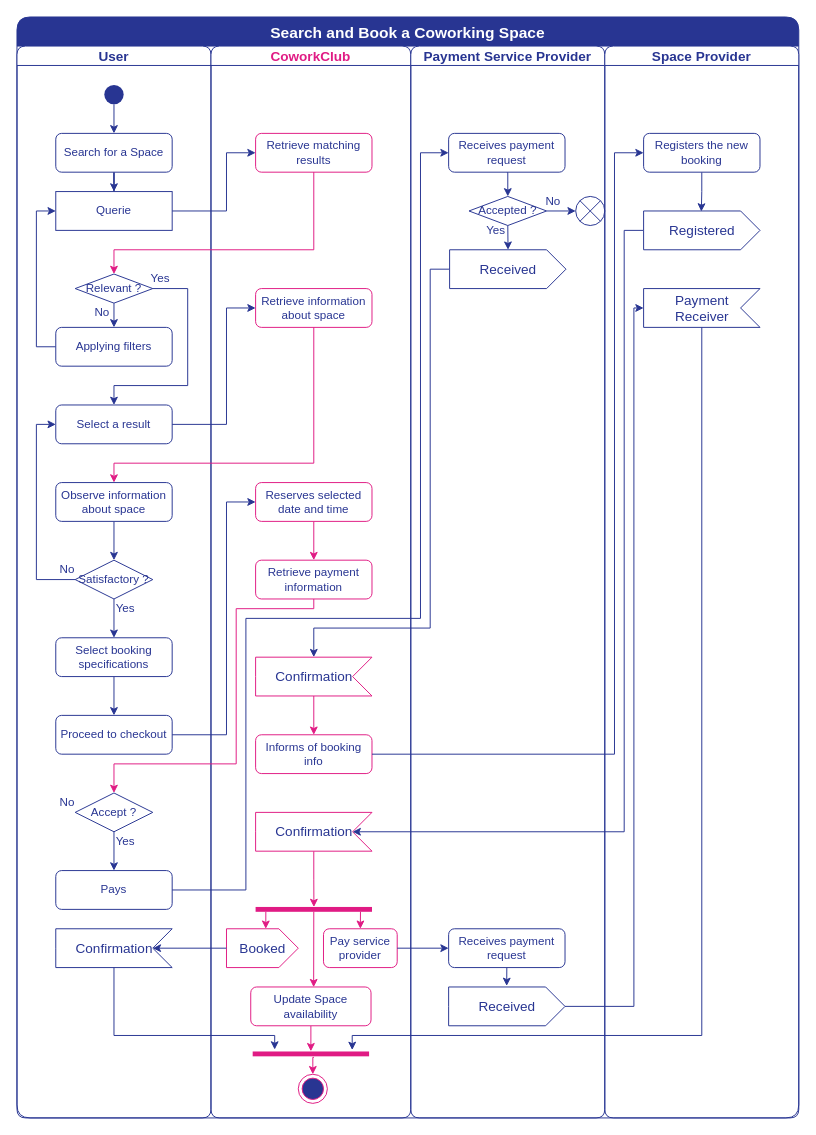
Earlier version of the draw.io diagram page "Booking" (1 of 3) of documentation/elaboration/models.drawio (DavidAraujo98/CoworkClub). Source tidied: cells renumbered, new cells numbered last; positions are measured from the earlier drawing's top-left corner, leaving out a move shared by most shapes. Both pictures are drawn from the tidied source at 97%, with x=0, y=0 at pixel (16, 16).
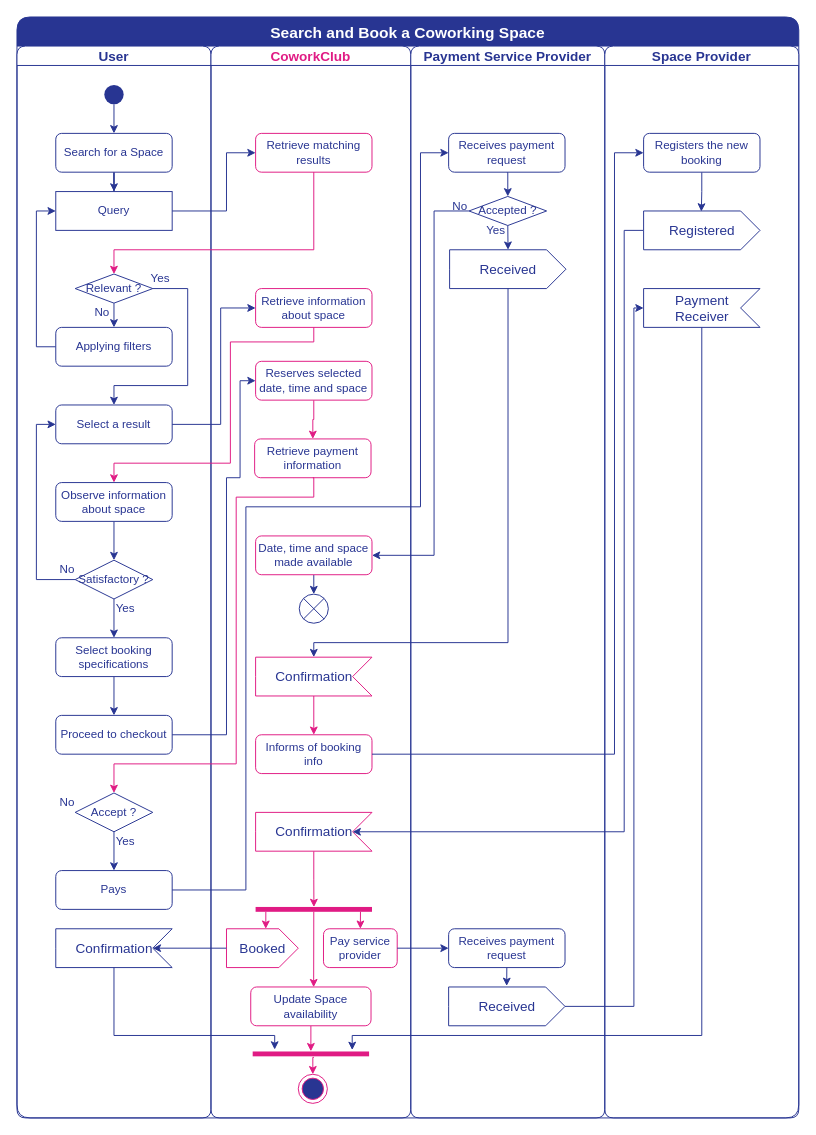
Above is the later version.

Unchanged cells that the change refers to:
```xml
<mxCell id="2" value="Search and Book a Coworking Space" style="swimlane;startSize=30;swimlaneFillColor=none;gradientColor=none;rounded=1;fillColor=#283592;fontColor=#FFFFFF;strokeColor=#283592;fontSize=16;" parent="1" vertex="1">
  <mxGeometry width="806" height="1135" as="geometry" />
</mxCell>
<mxCell id="3" value="User" style="swimlane;startSize=20;rounded=1;strokeColor=#283592;fontColor=#283592;fontSize=14;" parent="2" vertex="1">
  <mxGeometry y="30" width="200" height="1105" as="geometry" />
</mxCell>
<mxCell id="14" value="Select a result" style="rounded=1;whiteSpace=wrap;html=1;strokeColor=#283592;fontColor=#283592;" parent="3" vertex="1">
  <mxGeometry x="40" y="370" width="120" height="40" as="geometry" />
</mxCell>
<mxCell id="16" value="Observe information about space" style="rounded=1;whiteSpace=wrap;html=1;strokeColor=#283592;fontColor=#283592;" parent="3" vertex="1">
  <mxGeometry x="40" y="450" width="120" height="40" as="geometry" />
</mxCell>
<mxCell id="26" value="Proceed to checkout" style="rounded=1;whiteSpace=wrap;html=1;strokeColor=#283592;fontColor=#283592;" parent="3" vertex="1">
  <mxGeometry x="40" y="690" width="120" height="40" as="geometry" />
</mxCell>
<mxCell id="28" value="Accept ?" style="rhombus;whiteSpace=wrap;html=1;fontColor=#283592;strokeColor=#283592;" parent="3" vertex="1">
  <mxGeometry x="60" y="770" width="80" height="40" as="geometry" />
</mxCell>
<mxCell id="29" value="Pays" style="rounded=1;whiteSpace=wrap;html=1;strokeColor=#283592;fontColor=#283592;" parent="3" vertex="1">
  <mxGeometry x="40" y="850" width="120" height="40" as="geometry" />
</mxCell>
<mxCell id="33" value="CoworkClub" style="swimlane;startSize=20;rounded=1;fontColor=#E01B84;strokeColor=#283592;fontSize=14;" parent="2" vertex="1">
  <mxGeometry x="200" y="30" width="206" height="1105" as="geometry" />
</mxCell>
<mxCell id="35" value="Retrieve information about space" style="rounded=1;whiteSpace=wrap;html=1;strokeColor=#E01B84;fontColor=#283592;" parent="33" vertex="1">
  <mxGeometry x="46" y="250" width="120" height="40" as="geometry" />
</mxCell>
<mxCell id="40" value="Confirmation" style="html=1;shape=mxgraph.infographic.ribbonSimple;notch1=20;notch2=0;align=center;verticalAlign=middle;fontSize=14;fontStyle=0;flipH=1;fillColor=#FFFFFF;fontColor=#283592;strokeColor=#E01B84;" parent="33" vertex="1">
  <mxGeometry x="46" y="630" width="120" height="40" as="geometry" />
</mxCell>
<mxCell id="55" value="Payment Service Provider" style="swimlane;startSize=20;rounded=1;fontColor=#283592;strokeColor=#283592;fontSize=14;" parent="2" vertex="1">
  <mxGeometry x="406" y="30" width="200" height="1105" as="geometry" />
</mxCell>
<mxCell id="57" value="Receives payment request" style="rounded=1;whiteSpace=wrap;html=1;strokeColor=#283592;fontColor=#283592;" parent="55" vertex="1">
  <mxGeometry x="39" y="90" width="120" height="40" as="geometry" />
</mxCell>
<mxCell id="58" value="Received" style="html=1;shape=mxgraph.infographic.ribbonSimple;notch1=0;notch2=20;align=center;verticalAlign=middle;fontSize=14;fontStyle=0;fillColor=#FFFFFF;fontColor=#283592;strokeColor=#283592;" parent="55" vertex="1">
  <mxGeometry x="40" y="210" width="120" height="40" as="geometry" />
</mxCell>
<mxCell id="61" value="Accepted ?" style="rhombus;whiteSpace=wrap;html=1;fontColor=#283592;strokeColor=#283592;" parent="55" vertex="1">
  <mxGeometry x="60" y="155" width="80" height="30" as="geometry" />
</mxCell>
```

What changed in the source:
```diff
@@
-    <mxCell id="8" value="Querie" style="rounded=0;whiteSpace=wrap;html=1;fontColor=#283592;strokeColor=#283592;" parent="3" vertex="1">
+    <mxCell id="8" value="Query" style="rounded=0;whiteSpace=wrap;html=1;fontColor=#283592;strokeColor=#283592;" parent="3" vertex="1">
       <mxGeometry x="40" y="150" width="120" height="40" as="geometry" />
     </mxCell>
@@
-    <mxCell id="37" value="Reserves selected date and time" style="rounded=1;whiteSpace=wrap;html=1;strokeColor=#E01B84;fontColor=#283592;" parent="33" vertex="1">
-      <mxGeometry x="46" y="450" width="120" height="40" as="geometry" />
+    <mxCell id="37" value="Reserves selected date, time and space" style="rounded=1;whiteSpace=wrap;html=1;strokeColor=#E01B84;fontColor=#283592;" parent="33" vertex="1">
+      <mxGeometry x="46" y="325" width="120" height="40" as="geometry" />
     </mxCell>
     <mxCell id="38" value="Retrieve payment information" style="rounded=1;whiteSpace=wrap;html=1;strokeColor=#E01B84;fontColor=#283592;" parent="33" vertex="1">
-      <mxGeometry x="46" y="530" width="120" height="40" as="geometry" />
+      <mxGeometry x="45" y="405" width="120" height="40" as="geometry" />
     </mxCell>
@@
+    <mxCell id="88" style="edgeStyle=orthogonalEdgeStyle;rounded=0;jettySize=auto;html=1;exitX=0.5;exitY=1;exitDx=0;exitDy=0;entryX=0.5;entryY=0;entryDx=0;entryDy=0;strokeColor=#283592;" parent="33" edge="1" source="89" target="63">
+      <mxGeometry relative="1" as="geometry" />
+    </mxCell>
+    <mxCell id="89" value="Date, time and space made available" style="rounded=1;whiteSpace=wrap;html=1;strokeColor=#E01B84;fontColor=#283592;" parent="33" vertex="1">
+      <mxGeometry x="46" y="505" width="120" height="40" as="geometry" />
+    </mxCell>
+    <mxCell id="63" style="shape=sumEllipse;perimeter=ellipsePerimeter;whiteSpace=wrap;html=1;backgroundOutline=1;fontSize=14;fontColor=#E01B84;strokeColor=#283592;fillColor=#FFFFFF;" parent="33" vertex="1">
+      <mxGeometry x="91" y="565" width="30" height="30" as="geometry" />
+    </mxCell>
@@
-    <mxCell id="60" style="edgeStyle=orthogonalEdgeStyle;rounded=0;jettySize=auto;html=1;exitX=1;exitY=0.5;exitDx=0;exitDy=0;entryX=0;entryY=0.5;entryDx=0;entryDy=0;fontSize=14;fontColor=#E01B84;strokeColor=#283592;" parent="55" edge="1" source="61" target="63">
-      <mxGeometry relative="1" as="geometry" />
-    </mxCell>
@@
-    <mxCell id="63" style="shape=sumEllipse;perimeter=ellipsePerimeter;whiteSpace=wrap;html=1;backgroundOutline=1;fontSize=14;fontColor=#E01B84;strokeColor=#283592;fillColor=#FFFFFF;" parent="55" vertex="1">
-      <mxGeometry x="170" y="155" width="30" height="30" as="geometry" />
-    </mxCell>
     <mxCell id="64" value="No" style="text;html=1;strokeColor=none;fillColor=none;align=center;verticalAlign=middle;whiteSpace=wrap;rounded=0;fontColor=#283592;" parent="55" vertex="1">
-      <mxGeometry x="135" y="150" width="24" height="20" as="geometry" />
+      <mxGeometry x="39" y="155" width="24" height="20" as="geometry" />
     </mxCell>
@@
     <mxCell id="75" style="edgeStyle=orthogonalEdgeStyle;rounded=0;jettySize=auto;html=1;exitX=1;exitY=0.5;exitDx=0;exitDy=0;entryX=0;entryY=0.5;entryDx=0;entryDy=0;fontColor=#283592;strokeColor=#283592;" parent="2" edge="1" source="14" target="35">
       <mxGeometry relative="1" as="geometry">
         <Array as="points">
-          <mxPoint x="216" y="420" />
-          <mxPoint x="216" y="300" />
+          <mxPoint x="210" y="420" />
+          <mxPoint x="210" y="300" />
         </Array>
       </mxGeometry>
     </mxCell>
     <mxCell id="76" style="edgeStyle=orthogonalEdgeStyle;rounded=0;jettySize=auto;html=1;exitX=0.5;exitY=1;exitDx=0;exitDy=0;entryX=0.5;entryY=0;entryDx=0;entryDy=0;fontColor=#283592;strokeColor=#E01B84;" parent="2" edge="1" source="35" target="16">
       <mxGeometry relative="1" as="geometry">
         <Array as="points">
-          <mxPoint x="306" y="460" />
+          <mxPoint x="306" y="335" />
+          <mxPoint x="220" y="335" />
+          <mxPoint x="220" y="460" />
           <mxPoint x="100" y="460" />
         </Array>
       </mxGeometry>
     </mxCell>
     <mxCell id="77" style="edgeStyle=orthogonalEdgeStyle;rounded=0;jettySize=auto;html=1;exitX=1;exitY=0.5;exitDx=0;exitDy=0;entryX=0;entryY=0.5;entryDx=0;entryDy=0;fontColor=#283592;strokeColor=#283592;" parent="2" edge="1" source="26" target="37">
       <mxGeometry relative="1" as="geometry">
         <Array as="points">
           <mxPoint x="216" y="740" />
-          <mxPoint x="216" y="500" />
+          <mxPoint x="216" y="475" />
+          <mxPoint x="230" y="475" />
+          <mxPoint x="230" y="375" />
         </Array>
       </mxGeometry>
     </mxCell>
     <mxCell id="78" style="edgeStyle=orthogonalEdgeStyle;rounded=0;jettySize=auto;html=1;exitX=0.5;exitY=1;exitDx=0;exitDy=0;entryX=0.5;entryY=0;entryDx=0;entryDy=0;fontColor=#283592;strokeColor=#E01B84;" parent="2" edge="1" source="38" target="28">
       <mxGeometry relative="1" as="geometry">
         <Array as="points">
-          <mxPoint x="306" y="610" />
-          <mxPoint x="226" y="610" />
+          <mxPoint x="306" y="495" />
+          <mxPoint x="226" y="495" />
           <mxPoint x="226" y="770" />
           <mxPoint x="100" y="770" />
         </Array>
       </mxGeometry>
     </mxCell>
     <mxCell id="79" style="edgeStyle=orthogonalEdgeStyle;rounded=0;jettySize=auto;html=1;exitX=1;exitY=0.5;exitDx=0;exitDy=0;entryX=0;entryY=0.5;entryDx=0;entryDy=0;fontSize=14;fontColor=#283592;strokeColor=#283592;" parent="2" edge="1" source="29" target="57">
       <mxGeometry relative="1" as="geometry">
         <Array as="points">
           <mxPoint x="236" y="900" />
-          <mxPoint x="236" y="620" />
-          <mxPoint x="416" y="620" />
+          <mxPoint x="236" y="505" />
+          <mxPoint x="416" y="505" />
           <mxPoint x="416" y="140" />
         </Array>
       </mxGeometry>
     </mxCell>
-    <mxCell id="80" style="edgeStyle=orthogonalEdgeStyle;rounded=0;jettySize=auto;html=1;exitX=0;exitY=0;exitDx=0;exitDy=20;exitPerimeter=0;entryX=0;entryY=0;entryDx=60;entryDy=0;entryPerimeter=0;fontSize=14;fontColor=#283592;strokeColor=#283592;" parent="2" edge="1" source="58" target="40">
+    <mxCell id="80" style="edgeStyle=orthogonalEdgeStyle;rounded=0;jettySize=auto;html=1;exitX=0.502;exitY=0.993;exitDx=0;exitDy=0;exitPerimeter=0;entryX=0;entryY=0;entryDx=60;entryDy=0;entryPerimeter=0;fontSize=14;fontColor=#283592;strokeColor=#283592;" parent="2" edge="1" source="58" target="40">
       <mxGeometry relative="1" as="geometry">
         <Array as="points">
-          <mxPoint x="426" y="260" />
-          <mxPoint x="426" y="630" />
-          <mxPoint x="306" y="630" />
+          <mxPoint x="506" y="645" />
+          <mxPoint x="306" y="645" />
         </Array>
       </mxGeometry>
     </mxCell>
@@
+    <mxCell id="60" style="edgeStyle=orthogonalEdgeStyle;rounded=0;jettySize=auto;html=1;exitX=0;exitY=0.5;exitDx=0;exitDy=0;entryX=1;entryY=0.5;entryDx=0;entryDy=0;fontSize=14;fontColor=#E01B84;strokeColor=#283592;" parent="2" edge="1" source="61" target="89">
+      <mxGeometry relative="1" as="geometry">
+        <Array as="points">
+          <mxPoint x="430" y="200" />
+          <mxPoint x="430" y="555" />
+        </Array>
+      </mxGeometry>
+    </mxCell>
```
